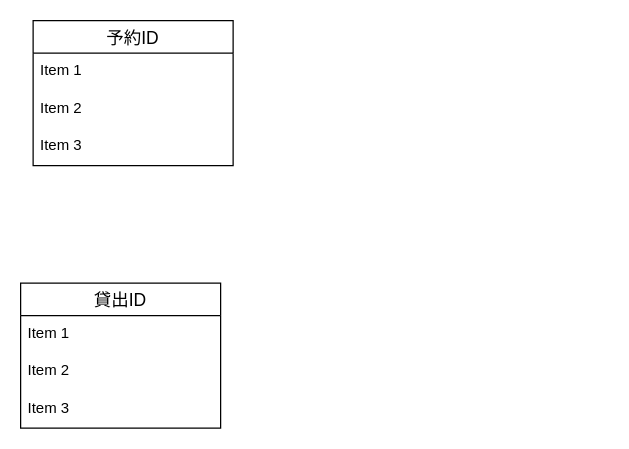
This is 名称未設定ファイル.drawio from e6i24vi/fjord_practice, a draw.io file, before an edit. Source tidied: cells renumbered, new cells numbered last; positions are measured from the earlier drawing's top-left corner, leaving out a move shared by most shapes. Both pictures are drawn from the tidied source at 125%, with x=0, y=0 at pixel (20, 20).
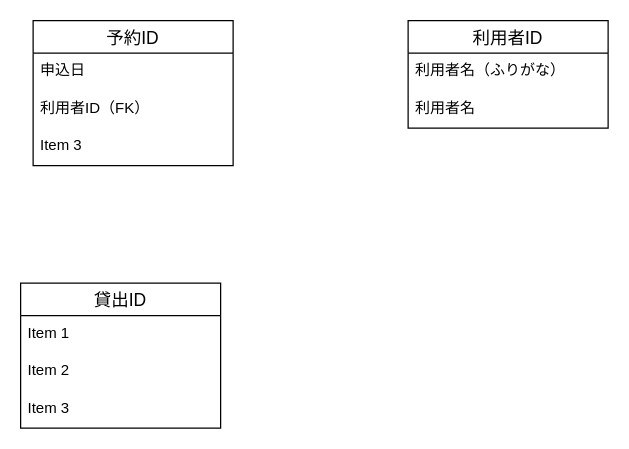
Above is the later version.

Commit message (it also covers changes not shown here):
名称未設定ファイル.drawio を更新します

What changed in the source:
```diff
@@
 <mxGraphModel>
   <root>
     <mxCell id="0" />
     <mxCell id="1" parent="0" />
     <mxCell id="2" value="予約ID" style="swimlane;fontStyle=0;horizontal=1;startSize=26;align=center;fontSize=14;" parent="1" vertex="1">
       <mxGeometry x="10" width="160" height="116" as="geometry" />
     </mxCell>
-    <mxCell id="3" value="Item 1" style="text;strokeColor=none;fillColor=none;spacingLeft=4;spacingRight=4;overflow=hidden;fontSize=12;" parent="2" vertex="1">
+    <mxCell id="3" value="申込日" style="text;strokeColor=none;fillColor=none;spacingLeft=4;spacingRight=4;overflow=hidden;fontSize=12;" parent="2" vertex="1">
       <mxGeometry y="26" width="160" height="30" as="geometry" />
     </mxCell>
-    <mxCell id="4" value="Item 2" style="text;strokeColor=none;fillColor=none;spacingLeft=4;spacingRight=4;overflow=hidden;fontSize=12;" parent="2" vertex="1">
+    <mxCell id="4" value="利用者ID（FK）" style="text;strokeColor=none;fillColor=none;spacingLeft=4;spacingRight=4;overflow=hidden;fontSize=12;" parent="2" vertex="1">
       <mxGeometry y="56" width="160" height="30" as="geometry" />
     </mxCell>
     <mxCell id="5" value="Item 3" style="text;strokeColor=none;fillColor=none;spacingLeft=4;spacingRight=4;overflow=hidden;fontSize=12;" parent="2" vertex="1">
       <mxGeometry y="86" width="160" height="30" as="geometry" />
     </mxCell>
     <mxCell id="6" value="貸出ID" style="swimlane;fontStyle=0;horizontal=1;startSize=26;align=center;fontSize=14;" parent="1" vertex="1">
       <mxGeometry y="210" width="160" height="116" as="geometry" />
     </mxCell>
     <mxCell id="7" value="Item 1" style="text;strokeColor=none;fillColor=none;spacingLeft=4;spacingRight=4;overflow=hidden;fontSize=12;" parent="6" vertex="1">
       <mxGeometry y="26" width="160" height="30" as="geometry" />
     </mxCell>
     <mxCell id="8" value="Item 2" style="text;strokeColor=none;fillColor=none;spacingLeft=4;spacingRight=4;overflow=hidden;fontSize=12;" parent="6" vertex="1">
       <mxGeometry y="56" width="160" height="30" as="geometry" />
     </mxCell>
     <mxCell id="9" value="Item 3" style="text;strokeColor=none;fillColor=none;spacingLeft=4;spacingRight=4;overflow=hidden;fontSize=12;" parent="6" vertex="1">
       <mxGeometry y="86" width="160" height="30" as="geometry" />
     </mxCell>
+    <mxCell id="10" value="利用者ID" style="swimlane;fontStyle=0;horizontal=1;startSize=26;align=center;fontSize=14;" parent="1" vertex="1">
+      <mxGeometry x="310" width="160" height="86" as="geometry" />
+    </mxCell>
+    <mxCell id="11" value="利用者名（ふりがな）" style="text;strokeColor=none;fillColor=none;spacingLeft=4;spacingRight=4;overflow=hidden;fontSize=12;" parent="10" vertex="1">
+      <mxGeometry y="26" width="160" height="30" as="geometry" />
+    </mxCell>
+    <mxCell id="12" value="利用者名" style="text;strokeColor=none;fillColor=none;spacingLeft=4;spacingRight=4;overflow=hidden;fontSize=12;" parent="10" vertex="1">
+      <mxGeometry y="56" width="160" height="30" as="geometry" />
+    </mxCell>
   </root>
 </mxGraphModel>
```
